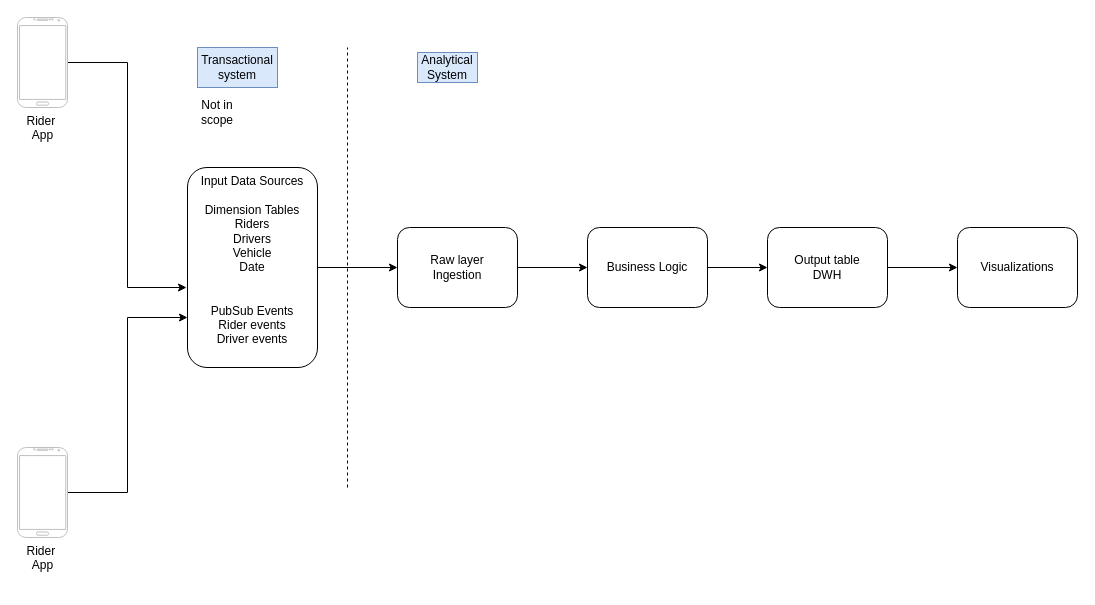
Before: page "High Level" (1 of 2) of Sahaj/SampleSystemDesign.drawio in harshaldharme/ProjectSpaces, a draw.io diagram. Source tidied: cells renumbered, new cells numbered last; positions are measured from the earlier drawing's top-left corner, leaving out a move shared by most shapes. Both pictures are drawn from the tidied source at 100%, with x=0, y=0 at pixel (17, 17).
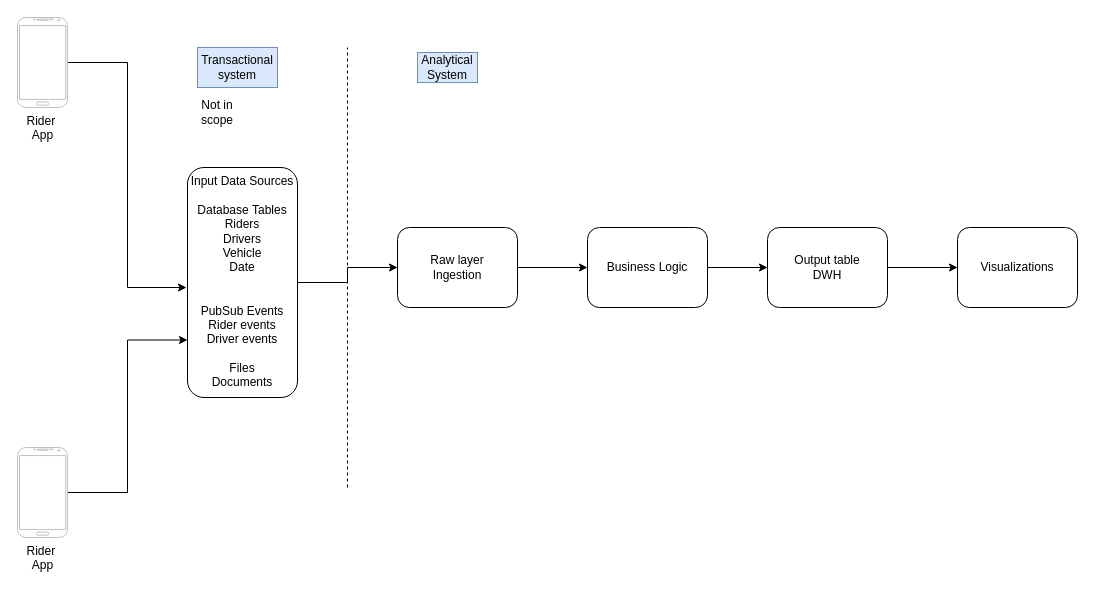
The same diagram, later.

What changed in the source:
```diff
@@
-    <mxCell id="3" value="Input Data &lt;span style=&quot;background-color: transparent; color: light-dark(rgb(0, 0, 0), rgb(255, 255, 255));&quot;&gt;Sources&lt;/span&gt;&lt;div&gt;&lt;div&gt;&lt;br&gt;&lt;/div&gt;&lt;div&gt;&lt;span style=&quot;background-color: transparent; color: light-dark(rgb(0, 0, 0), rgb(255, 255, 255));&quot;&gt;Dimension&amp;nbsp;&lt;/span&gt;Tables&lt;/div&gt;&lt;/div&gt;&lt;div&gt;&lt;div&gt;&lt;div&gt;Riders&lt;/div&gt;&lt;/div&gt;&lt;div&gt;Drivers&lt;/div&gt;&lt;div&gt;Vehicle&lt;/div&gt;&lt;div&gt;Date&lt;/div&gt;&lt;/div&gt;&lt;div&gt;&lt;br&gt;&lt;/div&gt;&lt;div&gt;&lt;br&gt;&lt;/div&gt;&lt;div&gt;PubSub Events&lt;/div&gt;&lt;div&gt;Rider events&lt;/div&gt;&lt;div&gt;Driver events&lt;/div&gt;" style="rounded=1;whiteSpace=wrap;html=1;verticalAlign=top;" parent="1" vertex="1">
-      <mxGeometry x="170" y="150" width="130" height="200" as="geometry" />
+    <mxCell id="3" value="Input Data &lt;span style=&quot;background-color: transparent; color: light-dark(rgb(0, 0, 0), rgb(255, 255, 255));&quot;&gt;Sources&lt;/span&gt;&lt;div&gt;&lt;div&gt;&lt;br&gt;&lt;/div&gt;&lt;div&gt;&lt;span style=&quot;background-color: transparent; color: light-dark(rgb(0, 0, 0), rgb(255, 255, 255));&quot;&gt;Database&amp;nbsp;&lt;/span&gt;Tables&lt;/div&gt;&lt;/div&gt;&lt;div&gt;&lt;div&gt;&lt;div&gt;Riders&lt;/div&gt;&lt;/div&gt;&lt;div&gt;Drivers&lt;/div&gt;&lt;div&gt;Vehicle&lt;/div&gt;&lt;div&gt;Date&lt;/div&gt;&lt;/div&gt;&lt;div&gt;&lt;br&gt;&lt;/div&gt;&lt;div&gt;&lt;br&gt;&lt;/div&gt;&lt;div&gt;PubSub Events&lt;/div&gt;&lt;div&gt;Rider events&lt;/div&gt;&lt;div&gt;Driver events&lt;/div&gt;&lt;div&gt;&lt;br&gt;&lt;/div&gt;&lt;div&gt;Files&lt;/div&gt;&lt;div&gt;Documents&lt;/div&gt;" style="rounded=1;whiteSpace=wrap;html=1;verticalAlign=top;" parent="1" vertex="1">
+      <mxGeometry x="170" y="150" width="110" height="230" as="geometry" />
     </mxCell>
```
